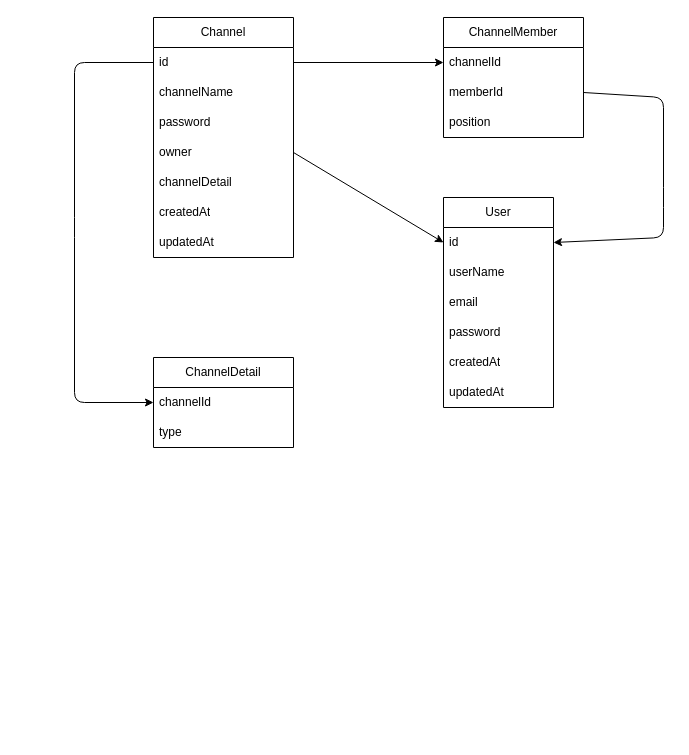
This is db.dio from fffk10/narikiri-chat, a draw.io file, before an edit. Source tidied: cells renumbered, new cells numbered last; positions are measured from the earlier drawing's top-left corner, leaving out a move shared by most shapes. Both pictures are drawn from the tidied source at 100%, with x=0, y=0 at pixel (74, 17).
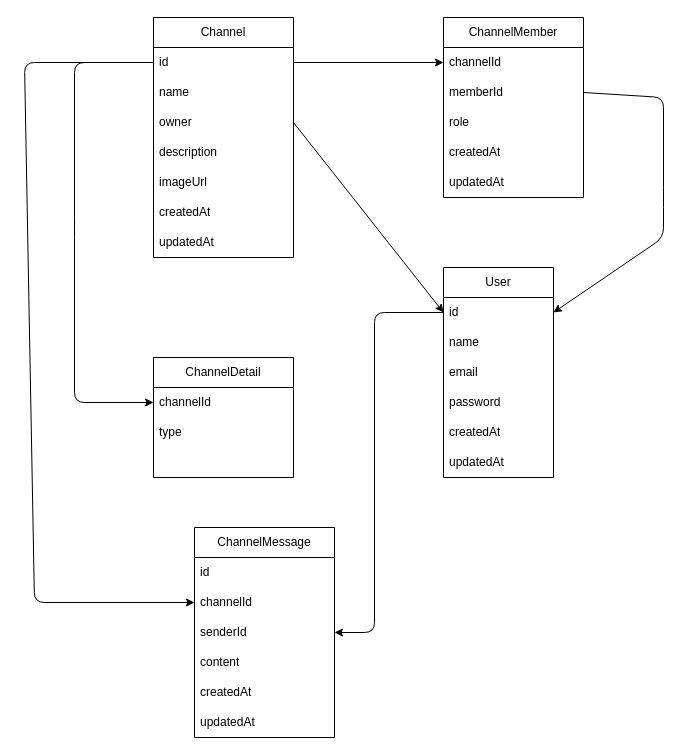
After the change.

The change refers to these unchanged cells:
```xml
<mxCell id="3" value="id" style="text;strokeColor=none;fillColor=none;align=left;verticalAlign=middle;spacingLeft=4;spacingRight=4;overflow=hidden;points=[[0,0.5],[1,0.5]];portConstraint=eastwest;whiteSpace=wrap;html=1;" parent="2" vertex="1">
  <mxGeometry y="30" width="110" height="30" as="geometry" />
</mxCell>
<mxCell id="9" value="Channel" style="swimlane;fontStyle=0;horizontal=1;startSize=30;whiteSpace=wrap;html=1;" parent="1" vertex="1">
  <mxGeometry x="79" width="140" height="240" as="geometry" />
</mxCell>
<mxCell id="10" value="id" style="text;strokeColor=none;fillColor=none;align=left;verticalAlign=middle;spacingLeft=4;spacingRight=4;overflow=hidden;points=[[0,0.5],[1,0.5]];portConstraint=eastwest;whiteSpace=wrap;html=1;" parent="9" vertex="1">
  <mxGeometry y="30" width="140" height="30" as="geometry" />
</mxCell>
```

What changed in the source:
```diff
@@
     <mxCell id="2" value="User" style="swimlane;fontStyle=0;horizontal=1;startSize=30;whiteSpace=wrap;html=1;" parent="1" vertex="1">
-      <mxGeometry x="369" y="180" width="110" height="210" as="geometry" />
+      <mxGeometry x="369" y="250" width="110" height="210" as="geometry" />
     </mxCell>
@@
-    <mxCell id="4" value="userName" style="text;strokeColor=none;fillColor=none;align=left;verticalAlign=middle;spacingLeft=4;spacingRight=4;overflow=hidden;whiteSpace=wrap;html=1;" parent="2" vertex="1">
+    <mxCell id="4" value="name" style="text;strokeColor=none;fillColor=none;align=left;verticalAlign=middle;spacingLeft=4;spacingRight=4;overflow=hidden;whiteSpace=wrap;html=1;" parent="2" vertex="1">
       <mxGeometry y="60" width="110" height="30" as="geometry" />
     </mxCell>
@@
-    <mxCell id="11" value="channelName" style="text;strokeColor=none;fillColor=none;align=left;verticalAlign=middle;spacingLeft=4;spacingRight=4;overflow=hidden;whiteSpace=wrap;html=1;" parent="9" vertex="1">
+    <mxCell id="11" value="name" style="text;strokeColor=none;fillColor=none;align=left;verticalAlign=middle;spacingLeft=4;spacingRight=4;overflow=hidden;whiteSpace=wrap;html=1;" parent="9" vertex="1">
       <mxGeometry y="60" width="140" height="30" as="geometry" />
     </mxCell>
-    <mxCell id="12" value="password" style="text;strokeColor=none;fillColor=none;align=left;verticalAlign=middle;spacingLeft=4;spacingRight=4;overflow=hidden;whiteSpace=wrap;html=1;" parent="9" vertex="1">
-      <mxGeometry y="90" width="140" height="30" as="geometry" />
-    </mxCell>
     <mxCell id="13" value="owner" style="text;strokeColor=none;fillColor=none;align=left;verticalAlign=middle;spacingLeft=4;spacingRight=4;overflow=hidden;points=[[0,0.5],[1,0.5]];portConstraint=eastwest;whiteSpace=wrap;html=1;" parent="9" vertex="1">
-      <mxGeometry y="120" width="140" height="30" as="geometry" />
+      <mxGeometry y="90" width="140" height="30" as="geometry" />
     </mxCell>
-    <mxCell id="14" value="channelDetail" style="text;strokeColor=none;fillColor=none;align=left;verticalAlign=middle;spacingLeft=4;spacingRight=4;overflow=hidden;whiteSpace=wrap;html=1;" parent="9" vertex="1">
-      <mxGeometry y="150" width="140" height="30" as="geometry" />
-    </mxCell>
+    <mxCell id="28" value="description" style="text;strokeColor=none;fillColor=none;align=left;verticalAlign=middle;spacingLeft=4;spacingRight=4;overflow=hidden;whiteSpace=wrap;html=1;" parent="9" vertex="1">
+      <mxGeometry y="120" width="140" height="30" as="geometry" />
+    </mxCell>
+    <mxCell id="29" value="imageUrl" style="text;strokeColor=none;fillColor=none;align=left;verticalAlign=middle;spacingLeft=4;spacingRight=4;overflow=hidden;whiteSpace=wrap;html=1;" parent="9" vertex="1">
+      <mxGeometry y="150" width="140" height="30" as="geometry" />
+    </mxCell>
@@
     <mxCell id="17" value="ChannelMember" style="swimlane;fontStyle=0;horizontal=1;startSize=30;whiteSpace=wrap;html=1;" parent="1" vertex="1">
-      <mxGeometry x="369" width="140" height="120" as="geometry" />
+      <mxGeometry x="369" width="140" height="180" as="geometry" />
     </mxCell>
@@
-    <mxCell id="20" value="position" style="text;strokeColor=none;fillColor=none;align=left;verticalAlign=middle;spacingLeft=4;spacingRight=4;overflow=hidden;whiteSpace=wrap;html=1;" parent="17" vertex="1">
+    <mxCell id="20" value="role" style="text;strokeColor=none;fillColor=none;align=left;verticalAlign=middle;spacingLeft=4;spacingRight=4;overflow=hidden;whiteSpace=wrap;html=1;" parent="17" vertex="1">
       <mxGeometry y="90" width="140" height="30" as="geometry" />
     </mxCell>
+    <mxCell id="30" value="createdAt" style="text;strokeColor=none;fillColor=none;align=left;verticalAlign=middle;spacingLeft=4;spacingRight=4;overflow=hidden;whiteSpace=wrap;html=1;" parent="17" vertex="1">
+      <mxGeometry y="120" width="140" height="30" as="geometry" />
+    </mxCell>
+    <mxCell id="31" value="updatedAt" style="text;strokeColor=none;fillColor=none;align=left;verticalAlign=middle;spacingLeft=4;spacingRight=4;overflow=hidden;whiteSpace=wrap;html=1;" parent="17" vertex="1">
+      <mxGeometry y="150" width="140" height="30" as="geometry" />
+    </mxCell>
@@
     <mxCell id="24" value="ChannelDetail" style="swimlane;fontStyle=0;horizontal=1;startSize=30;whiteSpace=wrap;html=1;" parent="1" vertex="1">
-      <mxGeometry x="79" y="340" width="140" height="90" as="geometry" />
+      <mxGeometry x="79" y="340" width="140" height="120" as="geometry" />
     </mxCell>
@@
+    <mxCell id="32" style="text;strokeColor=none;fillColor=none;align=left;verticalAlign=middle;spacingLeft=4;spacingRight=4;overflow=hidden;whiteSpace=wrap;html=1;" parent="24" vertex="1">
+      <mxGeometry y="90" width="140" height="30" as="geometry" />
+    </mxCell>
@@
+    <mxCell id="33" value="ChannelMessage" style="swimlane;fontStyle=0;horizontal=1;startSize=30;whiteSpace=wrap;html=1;" parent="1" vertex="1">
+      <mxGeometry x="120" y="510" width="140" height="210" as="geometry" />
+    </mxCell>
+    <mxCell id="34" value="id" style="text;strokeColor=none;fillColor=none;align=left;verticalAlign=middle;spacingLeft=4;spacingRight=4;overflow=hidden;whiteSpace=wrap;html=1;" parent="33" vertex="1">
+      <mxGeometry y="30" width="140" height="30" as="geometry" />
+    </mxCell>
+    <mxCell id="35" value="channelId" style="text;strokeColor=none;fillColor=none;align=left;verticalAlign=middle;spacingLeft=4;spacingRight=4;overflow=hidden;points=[[0,0.5],[1,0.5]];portConstraint=eastwest;whiteSpace=wrap;html=1;" parent="33" vertex="1">
+      <mxGeometry y="60" width="140" height="30" as="geometry" />
+    </mxCell>
+    <mxCell id="36" value="senderId" style="text;strokeColor=none;fillColor=none;align=left;verticalAlign=middle;spacingLeft=4;spacingRight=4;overflow=hidden;points=[[0,0.5],[1,0.5]];portConstraint=eastwest;whiteSpace=wrap;html=1;" parent="33" vertex="1">
+      <mxGeometry y="90" width="140" height="30" as="geometry" />
+    </mxCell>
+    <mxCell id="37" value="content" style="text;strokeColor=none;fillColor=none;align=left;verticalAlign=middle;spacingLeft=4;spacingRight=4;overflow=hidden;whiteSpace=wrap;html=1;" parent="33" vertex="1">
+      <mxGeometry y="120" width="140" height="30" as="geometry" />
+    </mxCell>
+    <mxCell id="38" value="createdAt" style="text;strokeColor=none;fillColor=none;align=left;verticalAlign=middle;spacingLeft=4;spacingRight=4;overflow=hidden;whiteSpace=wrap;html=1;" parent="33" vertex="1">
+      <mxGeometry y="150" width="140" height="30" as="geometry" />
+    </mxCell>
+    <mxCell id="39" value="updatedAt" style="text;strokeColor=none;fillColor=none;align=left;verticalAlign=middle;spacingLeft=4;spacingRight=4;overflow=hidden;whiteSpace=wrap;html=1;" parent="33" vertex="1">
+      <mxGeometry y="180" width="140" height="30" as="geometry" />
+    </mxCell>
+    <mxCell id="40" style="edgeStyle=none;html=1;exitX=0;exitY=0.5;exitDx=0;exitDy=0;entryX=0;entryY=0.5;entryDx=0;entryDy=0;" parent="1" edge="1" source="10" target="35">
+      <mxGeometry relative="1" as="geometry">
+        <Array as="points">
+          <mxPoint x="-50" y="45" />
+          <mxPoint x="-40" y="585" />
+        </Array>
+      </mxGeometry>
+    </mxCell>
+    <mxCell id="41" style="edgeStyle=none;html=1;exitX=0;exitY=0.5;exitDx=0;exitDy=0;entryX=1;entryY=0.5;entryDx=0;entryDy=0;" parent="1" edge="1" source="3" target="36">
+      <mxGeometry relative="1" as="geometry">
+        <Array as="points">
+          <mxPoint x="300" y="295" />
+          <mxPoint x="300" y="615" />
+        </Array>
+      </mxGeometry>
+    </mxCell>
```
